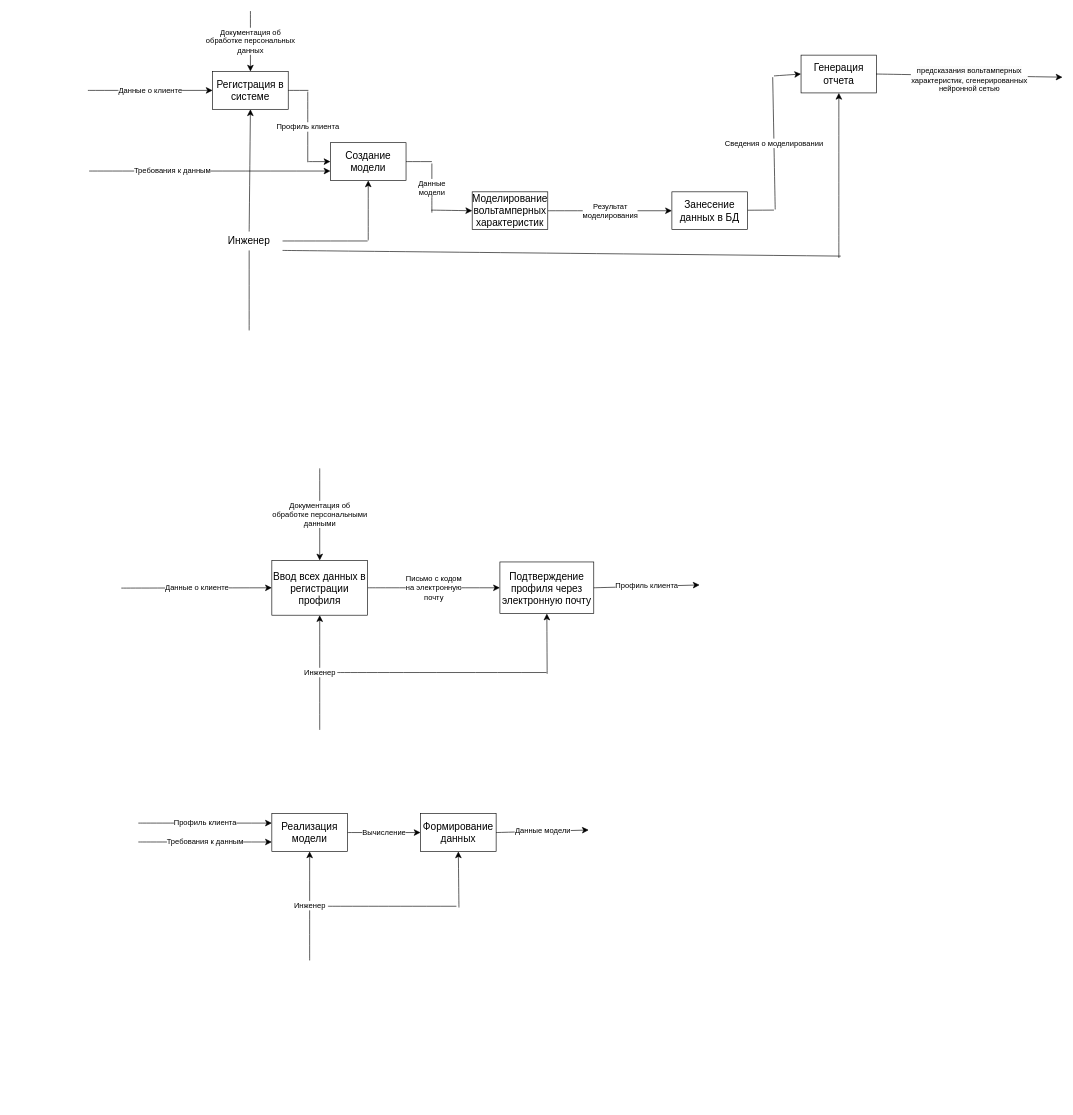
This is Lab4.drawio from DiKachura/tppo, a draw.io file, before an edit. Source tidied: cells renumbered, new cells numbered last; positions are measured from the earlier drawing's top-left corner, leaving out a move shared by most shapes. Both pictures are drawn from the tidied source at 63%, with x=0, y=0 at pixel (88, 11).
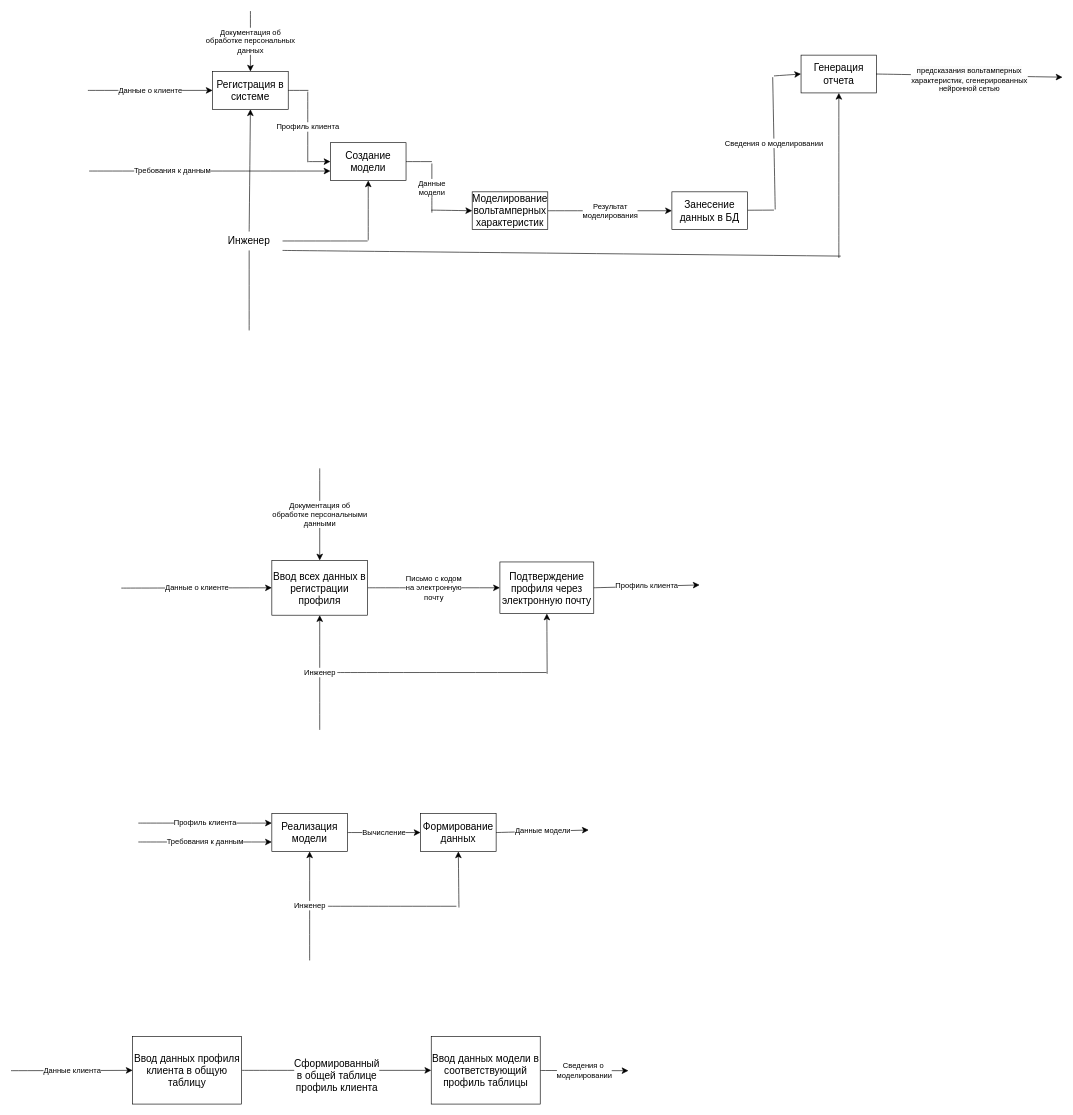
Above is the later version.

Commit message:
Диаграмма декомпозиции «Занесение данных в БД»

The edit, as a diff of the source:
```diff
@@
+    <mxCell id="46" value="&lt;br&gt;&lt;span style=&quot;color: rgb(0, 0, 0); font-family: Helvetica; font-size: 16px; font-style: normal; font-variant-ligatures: normal; font-variant-caps: normal; font-weight: 400; letter-spacing: normal; orphans: 2; text-align: center; text-indent: 0px; text-transform: none; widows: 2; word-spacing: 0px; -webkit-text-stroke-width: 0px; background-color: rgb(255, 255, 255); text-decoration-thickness: initial; text-decoration-style: initial; text-decoration-color: initial; float: none; display: inline !important;&quot;&gt;Сформированный &lt;br&gt;в общей таблице &lt;br&gt;профиль клиента&lt;/span&gt;&lt;br&gt;" style="edgeStyle=none;curved=1;rounded=0;jettySize=auto;html=1;fontSize=12;startSize=8;endSize=8;" parent="1" edge="1" source="47" target="50">
+      <mxGeometry relative="1" as="geometry" />
+    </mxCell>
+    <mxCell id="47" value="Ввод данных профиля клиента в общую таблицу" style="rounded=0;whiteSpace=wrap;html=1;fontSize=16;" parent="1" vertex="1">
+      <mxGeometry x="71" y="1628" width="173" height="107" as="geometry" />
+    </mxCell>
+    <mxCell id="48" value="Данные клиента" style="endArrow=classic;html=1;rounded=0;fontSize=12;startSize=8;endSize=8;curved=1;entryX=0;entryY=0.5;entryDx=0;entryDy=0;" parent="1" edge="1" target="47">
+      <mxGeometry relative="1" as="geometry">
+        <mxPoint x="-122" y="1682" as="sourcePoint" />
+      </mxGeometry>
+    </mxCell>
+    <mxCell id="49" value="Сведения о&amp;nbsp;&lt;br&gt;моделировании" style="edgeStyle=none;curved=1;rounded=0;jettySize=auto;html=1;fontSize=12;startSize=8;endSize=8;" parent="1" edge="1" source="50">
+      <mxGeometry relative="1" as="geometry">
+        <mxPoint x="858" y="1682" as="targetPoint" />
+      </mxGeometry>
+    </mxCell>
+    <mxCell id="50" value="Ввод данных модели в соответствующий профиль таблицы" style="rounded=0;whiteSpace=wrap;html=1;fontSize=16;" parent="1" vertex="1">
+      <mxGeometry x="545" y="1628" width="173" height="107" as="geometry" />
+    </mxCell>
```
